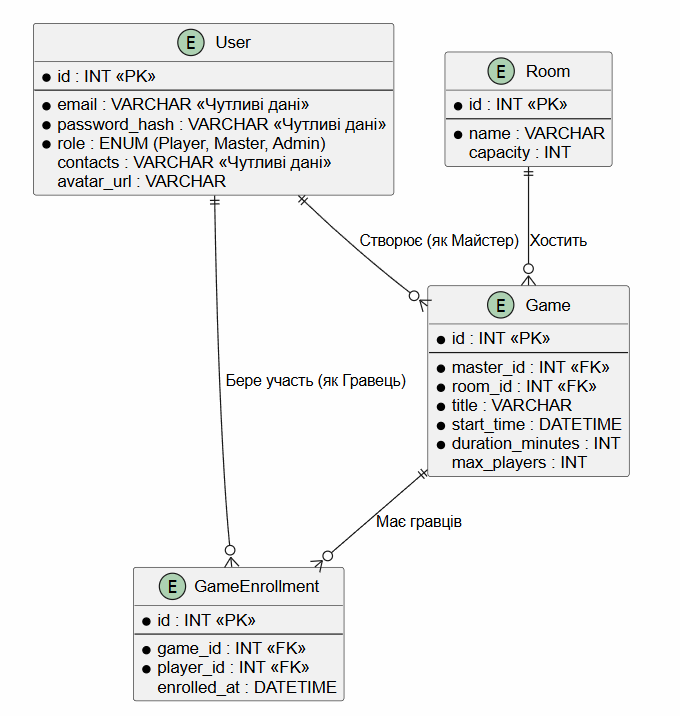
Earlier version of the PlantUML export docs/architecture/uml/data-model.png (ukma-fin-ssdm-2026/vibecoders). Its source is kept beside it as docs/architecture/uml/data-model.puml.
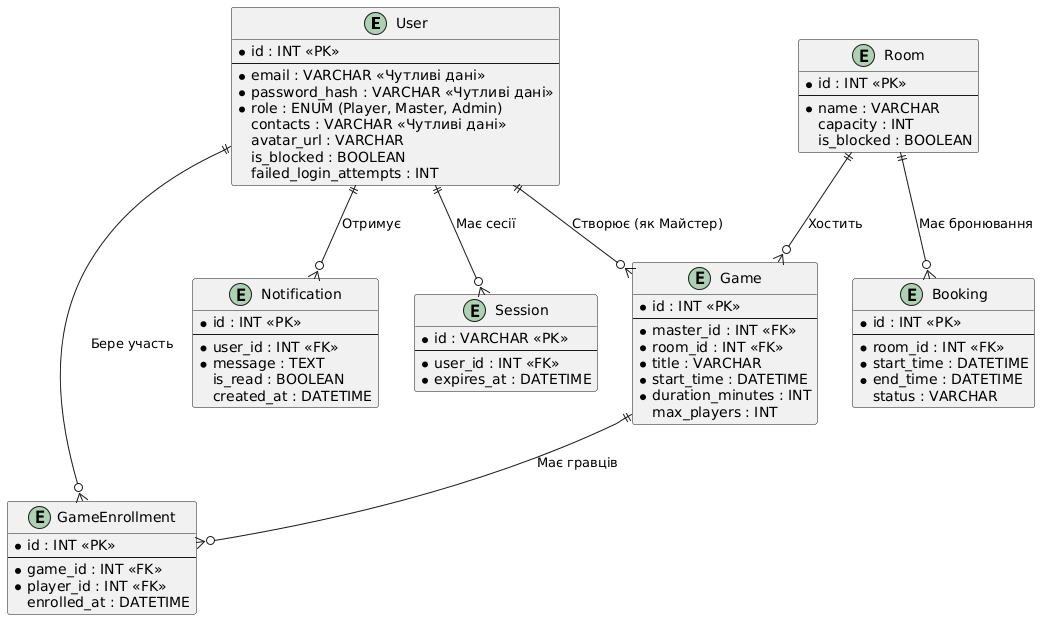
Later version of the same file.

Commit message:
fix: updated data model and STRIDE boundaries based on lab3 review

The edit, as a diff of the source:
```diff
@@ -10,6 +10,15 @@
   * role : ENUM (Player, Master, Admin)
   contacts : VARCHAR <<Чутливі дані>>
   avatar_url : VARCHAR
+  is_blocked : BOOLEAN
+  failed_login_attempts : INT
+}
+
+entity "Session" as session {
+  * id : VARCHAR <<PK>>
+  --
+  * user_id : INT <<FK>>
+  * expires_at : DATETIME
 }
 
 entity "Room" as room {
@@ -17,6 +26,16 @@
   --
   * name : VARCHAR
   capacity : INT
+  is_blocked : BOOLEAN
+}
+
+entity "Booking" as booking {
+  * id : INT <<PK>>
+  --
+  * room_id : INT <<FK>>
+  * start_time : DATETIME
+  * end_time : DATETIME
+  status : VARCHAR
 }
 
 entity "Game" as game {
@@ -38,9 +57,21 @@
   enrolled_at : DATETIME
 }
 
+entity "Notification" as notification {
+  * id : INT <<PK>>
+  --
+  * user_id : INT <<FK>>
+  * message : TEXT
+  is_read : BOOLEAN
+  created_at : DATETIME
+}
+
 user ||--o{ game : "Створює (як Майстер)"
 room ||--o{ game : "Хостить"
-user ||--o{ enrollment : "Бере участь (як Гравець)"
+user ||--o{ enrollment : "Бере участь"
 game ||--o{ enrollment : "Має гравців"
+user ||--o{ session : "Має сесії"
+room ||--o{ booking : "Має бронювання"
+user ||--o{ notification : "Отримує"
 
 @enduml
```
